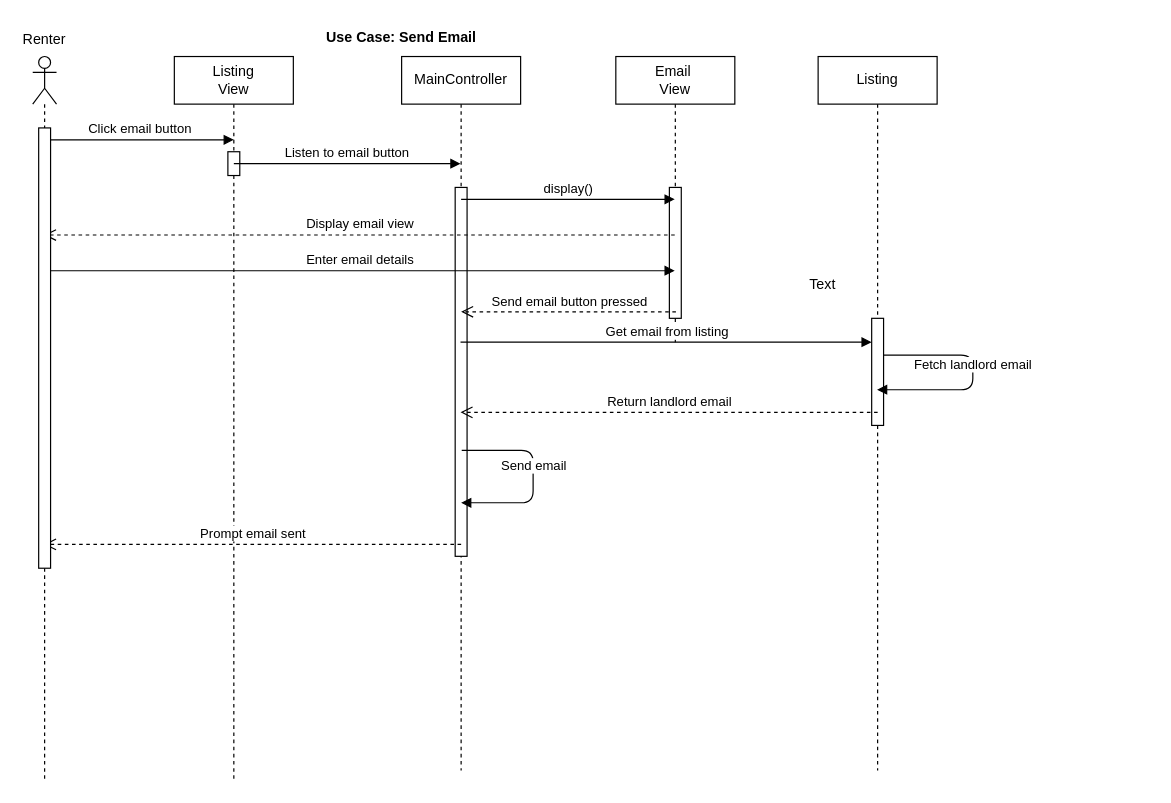
Above: page "Send Email" (3 of 10) of SequenceDiagrams.drawio in ryan-holt/ENSF480FinalProject (draw.io), before the change. Source tidied: cells renumbered, new cells numbered last; positions are measured from the earlier drawing's top-left corner, leaving out a move shared by most shapes. Both pictures are drawn from the tidied source at 119%, with x=0, y=0 at pixel (20, 20).
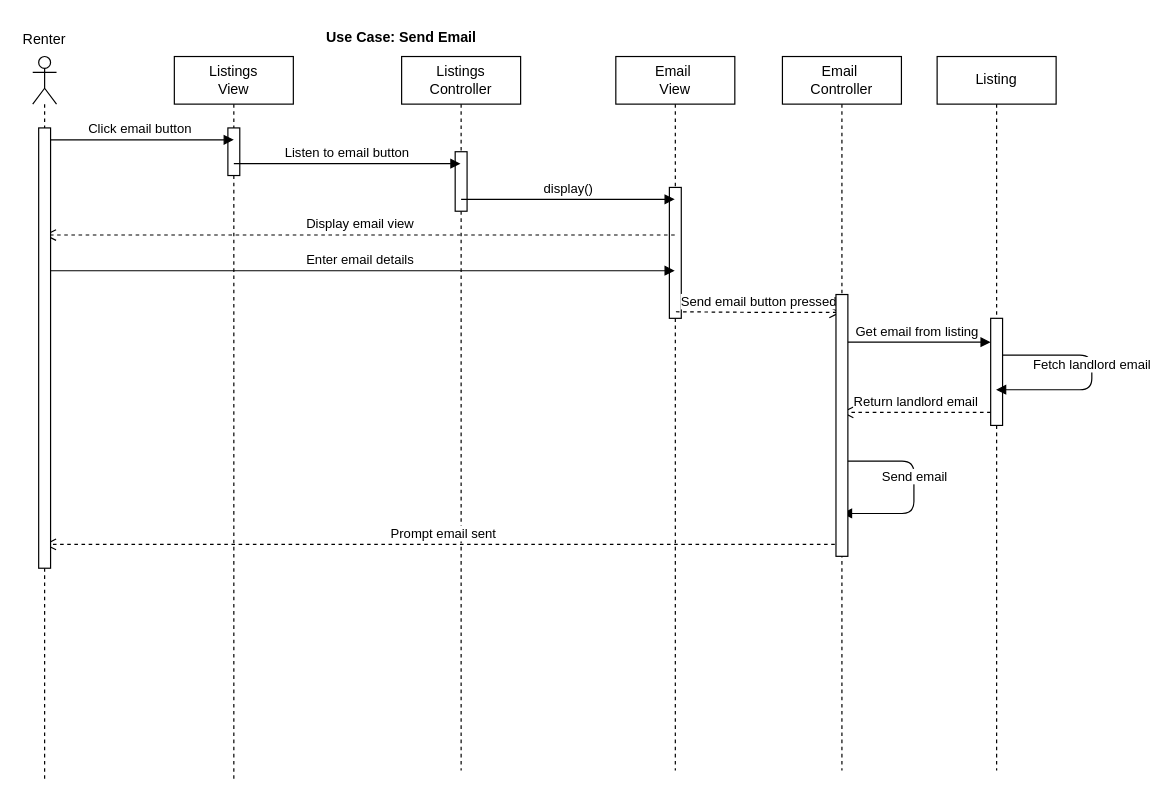
Above is the later version.

Unchanged cells that the change refers to:
```xml
<mxCell id="2" style="shape=umlLifeline;participant=umlActor;perimeter=lifelinePerimeter;whiteSpace=wrap;html=1;verticalAlign=top;spacingTop=36;labelBackgroundColor=#ffffff;outlineConnect=0;" parent="1" vertex="1">
  <mxGeometry x="10" y="30" width="20" height="610" as="geometry" />
</mxCell>
<mxCell id="6" style="html=1;points=[];perimeter=orthogonalPerimeter;" parent="5" vertex="1">
  <mxGeometry x="45" y="220" width="10" height="90" as="geometry" />
</mxCell>
```

Diff of the diagram source:
```diff
@@
-    <mxCell id="3" value="MainController" style="shape=umlLifeline;perimeter=lifelinePerimeter;whiteSpace=wrap;html=1;outlineConnect=0;" parent="1" vertex="1">
+    <mxCell id="3" value="Listings&lt;br&gt;Controller" style="shape=umlLifeline;perimeter=lifelinePerimeter;whiteSpace=wrap;html=1;outlineConnect=0;" parent="1" vertex="1">
       <mxGeometry x="320" y="30" width="100" height="600" as="geometry" />
     </mxCell>
     <mxCell id="4" style="html=1;perimeter=orthogonalPerimeter;" parent="3" vertex="1">
-      <mxGeometry x="45" y="110" width="10" height="310" as="geometry" />
+      <mxGeometry x="45" y="80" width="10" height="50" as="geometry" />
     </mxCell>
     <mxCell id="5" value="Listing" style="shape=umlLifeline;perimeter=lifelinePerimeter;whiteSpace=wrap;html=1;outlineConnect=0;" parent="1" vertex="1">
-      <mxGeometry x="670" y="30" width="100" height="600" as="geometry" />
+      <mxGeometry x="770" y="30" width="100" height="600" as="geometry" />
     </mxCell>
@@
-    <mxCell id="8" value="Listing&lt;br&gt;View" style="shape=umlLifeline;perimeter=lifelinePerimeter;whiteSpace=wrap;html=1;" parent="1" vertex="1">
+    <mxCell id="8" value="Listings&lt;br&gt;View" style="shape=umlLifeline;perimeter=lifelinePerimeter;whiteSpace=wrap;html=1;" parent="1" vertex="1">
       <mxGeometry x="129" y="30" width="100" height="610" as="geometry" />
     </mxCell>
     <mxCell id="9" style="html=1;perimeter=orthogonalPerimeter;" parent="8" vertex="1">
-      <mxGeometry x="45" y="80" width="10" height="20" as="geometry" />
+      <mxGeometry x="45" y="60" width="10" height="40" as="geometry" />
     </mxCell>
@@
     <mxCell id="13" value="Email&amp;nbsp;&lt;br&gt;View" style="shape=umlLifeline;perimeter=lifelinePerimeter;whiteSpace=wrap;html=1;outlineConnect=0;" parent="1" vertex="1">
-      <mxGeometry x="500" y="30" width="100" height="240" as="geometry" />
+      <mxGeometry x="500" y="30" width="100" height="600" as="geometry" />
     </mxCell>
@@
-    <mxCell id="18" value="Get email from listing" style="html=1;verticalAlign=bottom;endArrow=block;" parent="1" edge="1" source="3" target="6">
+    <mxCell id="18" value="Get email from listing" style="html=1;verticalAlign=bottom;endArrow=block;" parent="1" edge="1" source="26" target="6">
       <mxGeometry relative="1" as="geometry">
         <Array as="points">
-          <mxPoint x="450" y="270" />
-          <mxPoint x="650" y="270" />
+          <mxPoint x="730" y="270" />
+          <mxPoint x="760" y="270" />
         </Array>
       </mxGeometry>
     </mxCell>
-    <mxCell id="19" value="Return landlord email" style="html=1;verticalAlign=bottom;endArrow=open;dashed=1;endSize=8;" parent="1" edge="1" target="3">
+    <mxCell id="19" value="Return landlord email" style="html=1;verticalAlign=bottom;endArrow=open;dashed=1;endSize=8;" parent="1" edge="1" source="6" target="26">
       <mxGeometry relative="1" as="geometry">
-        <mxPoint x="720" y="329" as="sourcePoint" />
         <Array as="points">
-          <mxPoint x="680" y="329" />
+          <mxPoint x="710" y="329" />
         </Array>
       </mxGeometry>
     </mxCell>
     <mxCell id="20" value="Send email" style="html=1;verticalAlign=bottom;endArrow=block;" parent="1" edge="1">
       <mxGeometry relative="1" as="geometry">
-        <mxPoint x="370.5" y="361" as="sourcePoint" />
-        <mxPoint x="370" y="405" as="targetPoint" />
+        <mxPoint x="690.5" y="370" as="sourcePoint" />
+        <mxPoint x="690" y="414" as="targetPoint" />
         <Array as="points">
-          <mxPoint x="430.5" y="361" />
-          <mxPoint x="430.5" y="405" />
+          <mxPoint x="750.5" y="370" />
+          <mxPoint x="750.5" y="414" />
         </Array>
       </mxGeometry>
     </mxCell>
     <mxCell id="21" value="Prompt email sent" style="html=1;verticalAlign=bottom;endArrow=open;dashed=1;endSize=8;" parent="1" edge="1" target="2">
       <mxGeometry relative="1" as="geometry">
-        <mxPoint x="370" y="440" as="sourcePoint" />
+        <mxPoint x="690" y="440" as="sourcePoint" />
       </mxGeometry>
     </mxCell>
@@
-    <mxCell id="24" value="Send email button pressed" style="html=1;verticalAlign=bottom;endArrow=open;dashed=1;endSize=8;" parent="1" edge="1">
+    <mxCell id="24" value="Send email button pressed" style="html=1;verticalAlign=bottom;endArrow=open;dashed=1;endSize=8;" parent="1" edge="1" target="26">
       <mxGeometry relative="1" as="geometry">
         <mxPoint x="550.5" y="244.5" as="sourcePoint" />
-        <mxPoint x="370" y="244.5" as="targetPoint" />
         <Array as="points">
-          <mxPoint x="510.5" y="244.5" />
+          <mxPoint x="620" y="245" />
         </Array>
       </mxGeometry>
     </mxCell>
-    <mxCell id="25" value="Text" style="text;html=1;align=left;verticalAlign=top;spacingTop=-4;" parent="1" vertex="1">
-      <mxGeometry x="661" y="212" width="40" height="20" as="geometry" />
-    </mxCell>
+    <mxCell id="26" value="Email&amp;nbsp;&lt;br&gt;Controller" style="shape=umlLifeline;perimeter=lifelinePerimeter;whiteSpace=wrap;html=1;outlineConnect=0;" parent="1" vertex="1">
+      <mxGeometry x="640" y="30" width="100" height="600" as="geometry" />
+    </mxCell>
+    <mxCell id="27" style="html=1;perimeter=orthogonalPerimeter;" parent="26" vertex="1">
+      <mxGeometry x="45" y="200" width="10" height="220" as="geometry" />
+    </mxCell>
```
